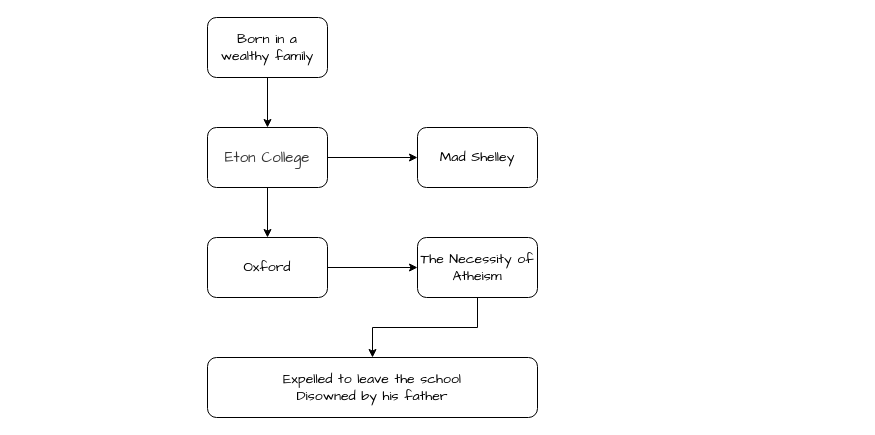
Earlier version of the draw.io diagram Diagrams/Percy Bysshe Shelley.drawio (wr786/Miscellaneous). Source tidied: cells renumbered, new cells numbered last; positions are measured from the earlier drawing's top-left corner, leaving out a move shared by most shapes. Both pictures are drawn from the tidied source at 100%, with x=0, y=0 at pixel (207, 17).
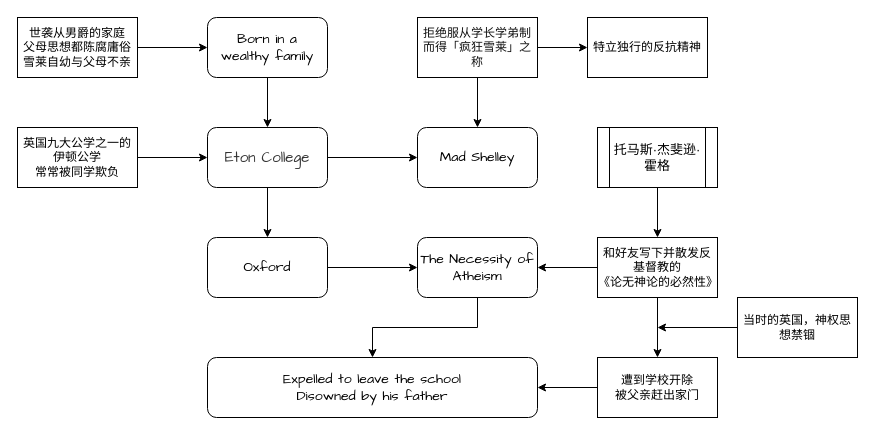
The same page after the edit.

The change refers to these unchanged cells:
```xml
<mxCell id="3" value="&lt;span style=&quot;font-family: &amp;#34;comic sans ms&amp;#34; ; font-size: 14px&quot;&gt;Born in a&lt;/span&gt;&lt;br style=&quot;font-family: &amp;#34;comic sans ms&amp;#34; ; font-size: 14px&quot;&gt;&lt;span style=&quot;font-family: &amp;#34;comic sans ms&amp;#34; ; font-size: 14px&quot;&gt;wealthy family&lt;/span&gt;" style="rounded=1;whiteSpace=wrap;html=1;" parent="1" vertex="1">
  <mxGeometry width="120" height="60" as="geometry" />
</mxCell>
<mxCell id="6" value="&lt;span style=&quot;color: rgb(51 , 51 , 51) ; font-family: &amp;#34;comic sans ms&amp;#34; ; font-size: 15px ; background-color: rgb(255 , 255 , 255)&quot;&gt;Eton College&lt;/span&gt;" style="rounded=1;whiteSpace=wrap;html=1;" parent="1" vertex="1">
  <mxGeometry y="110" width="120" height="60" as="geometry" />
</mxCell>
<mxCell id="9" value="Mad Shelley" style="rounded=1;whiteSpace=wrap;html=1;fontFamily=Comic Sans MS;fontSize=14;" parent="1" vertex="1">
  <mxGeometry x="210" y="110" width="120" height="60" as="geometry" />
</mxCell>
<mxCell id="11" value="The Necessity of Atheism" style="rounded=1;whiteSpace=wrap;html=1;fontFamily=Comic Sans MS;fontSize=14;" parent="1" vertex="1">
  <mxGeometry x="210" y="220" width="120" height="60" as="geometry" />
</mxCell>
<mxCell id="12" value="Expelled to leave the school&lt;br&gt;Disowned by his father" style="rounded=1;whiteSpace=wrap;html=1;fontFamily=Comic Sans MS;fontSize=14;" parent="1" vertex="1">
  <mxGeometry y="340" width="330" height="60" as="geometry" />
</mxCell>
```

Diff of the diagram source:
```diff
@@
-    <mxCell id="2" style="edgeStyle=orthogonalEdgeStyle;rounded=0;jettySize=auto;html=1;fontFamily=Comic Sans MS;fontSize=14;" parent="1" edge="1" source="3" target="6">
+    <mxCell id="2" style="edgeStyle=orthogonalEdgeStyle;rounded=0;jettySize=auto;html=1;" parent="1" edge="1" source="3" target="6">
       <mxGeometry relative="1" as="geometry" />
     </mxCell>
@@
+    <mxCell id="13" style="edgeStyle=orthogonalEdgeStyle;rounded=0;jettySize=auto;html=1;" parent="1" edge="1" source="14" target="3">
+      <mxGeometry relative="1" as="geometry" />
+    </mxCell>
+    <mxCell id="14" value="世袭从男爵的家庭&lt;br&gt;父母思想都陈腐庸俗&lt;br&gt;雪莱自幼与父母不亲" style="rounded=0;whiteSpace=wrap;html=1;" parent="1" vertex="1">
+      <mxGeometry x="-190" width="120" height="60" as="geometry" />
+    </mxCell>
+    <mxCell id="15" style="edgeStyle=orthogonalEdgeStyle;rounded=0;jettySize=auto;html=1;" parent="1" edge="1" source="16" target="6">
+      <mxGeometry relative="1" as="geometry" />
+    </mxCell>
+    <mxCell id="16" value="英国九大公学之一的&lt;br&gt;伊顿公学&lt;br&gt;常常被同学欺负" style="rounded=0;whiteSpace=wrap;html=1;" parent="1" vertex="1">
+      <mxGeometry x="-190" y="110" width="120" height="60" as="geometry" />
+    </mxCell>
+    <mxCell id="17" style="edgeStyle=orthogonalEdgeStyle;rounded=0;jettySize=auto;html=1;" parent="1" edge="1" source="19" target="9">
+      <mxGeometry relative="1" as="geometry" />
+    </mxCell>
+    <mxCell id="18" style="edgeStyle=orthogonalEdgeStyle;rounded=0;jettySize=auto;html=1;" parent="1" edge="1" source="19" target="20">
+      <mxGeometry relative="1" as="geometry" />
+    </mxCell>
+    <mxCell id="19" value="&lt;span style=&quot;color: rgb(18 , 18 , 18) ; font-family: , &amp;#34;blinkmacsystemfont&amp;#34; , &amp;#34;helvetica neue&amp;#34; , &amp;#34;pingfang sc&amp;#34; , &amp;#34;microsoft yahei&amp;#34; , &amp;#34;source han sans sc&amp;#34; , &amp;#34;noto sans cjk sc&amp;#34; , &amp;#34;wenquanyi micro hei&amp;#34; , sans-serif ; background-color: rgb(255 , 255 , 255)&quot;&gt;&lt;font style=&quot;font-size: 12px&quot;&gt;拒绝服从学长学弟制 而得「疯狂雪莱」之称&lt;/font&gt;&lt;/span&gt;" style="rounded=0;whiteSpace=wrap;html=1;" parent="1" vertex="1">
+      <mxGeometry x="210" width="120" height="60" as="geometry" />
+    </mxCell>
+    <mxCell id="20" value="特立独行的反抗精神" style="rounded=0;whiteSpace=wrap;html=1;" parent="1" vertex="1">
+      <mxGeometry x="380" width="120" height="60" as="geometry" />
+    </mxCell>
+    <mxCell id="21" style="edgeStyle=orthogonalEdgeStyle;rounded=0;jettySize=auto;html=1;" parent="1" edge="1" source="23" target="11">
+      <mxGeometry relative="1" as="geometry" />
+    </mxCell>
+    <mxCell id="22" style="edgeStyle=orthogonalEdgeStyle;rounded=0;jettySize=auto;html=1;" parent="1" edge="1" source="23" target="25">
+      <mxGeometry relative="1" as="geometry" />
+    </mxCell>
+    <mxCell id="23" value="和好友写下并散发反基督教的&lt;br&gt;《论无神论的必然性》" style="rounded=0;whiteSpace=wrap;html=1;" parent="1" vertex="1">
+      <mxGeometry x="390" y="220" width="120" height="60" as="geometry" />
+    </mxCell>
+    <mxCell id="24" style="edgeStyle=orthogonalEdgeStyle;rounded=0;jettySize=auto;html=1;" parent="1" edge="1" source="25" target="12">
+      <mxGeometry relative="1" as="geometry" />
+    </mxCell>
+    <mxCell id="25" value="遭到学校开除&lt;br&gt;被父亲赶出家门" style="rounded=0;whiteSpace=wrap;html=1;" parent="1" vertex="1">
+      <mxGeometry x="390" y="340" width="120" height="60" as="geometry" />
+    </mxCell>
+    <mxCell id="26" style="edgeStyle=orthogonalEdgeStyle;rounded=0;jettySize=auto;html=1;exitX=0;exitY=0.5;exitDx=0;exitDy=0;" parent="1" edge="1" source="27">
+      <mxGeometry relative="1" as="geometry">
+        <mxPoint x="450" y="310" as="targetPoint" />
+      </mxGeometry>
+    </mxCell>
+    <mxCell id="27" value="当时的英国，神权思想禁锢" style="rounded=0;whiteSpace=wrap;html=1;" parent="1" vertex="1">
+      <mxGeometry x="530" y="280" width="120" height="60" as="geometry" />
+    </mxCell>
+    <mxCell id="28" style="edgeStyle=orthogonalEdgeStyle;rounded=0;jettySize=auto;html=1;" parent="1" edge="1" source="29" target="23">
+      <mxGeometry relative="1" as="geometry" />
+    </mxCell>
+    <mxCell id="29" value="&lt;font style=&quot;font-size: 13px&quot;&gt;托马斯·杰斐逊·霍格&lt;/font&gt;" style="shape=process;whiteSpace=wrap;html=1;backgroundOutline=1;" parent="1" vertex="1">
+      <mxGeometry x="390" y="110" width="120" height="60" as="geometry" />
+    </mxCell>
```
